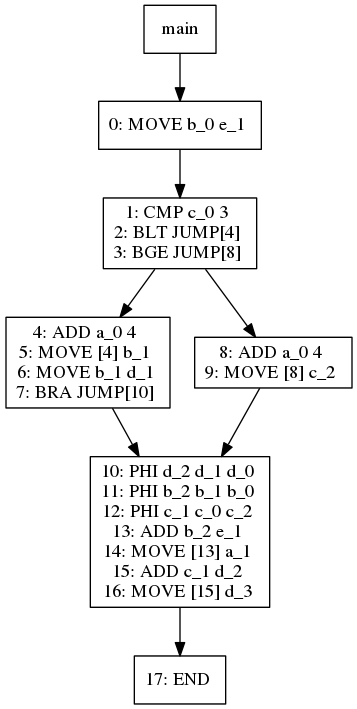
The Graphviz diagram viz/test028.dot.png in jiahanwang/PL241-Compiler, before a commit. Its source is kept beside it as viz/test028.dot.
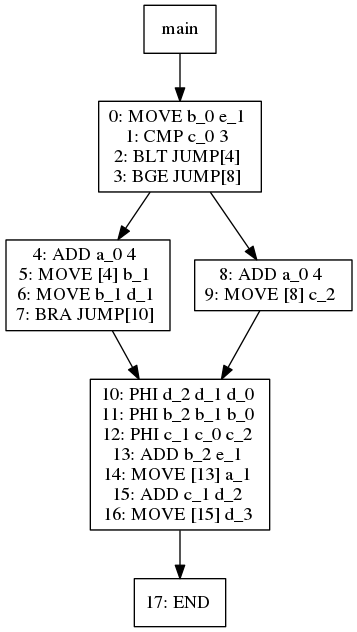
Above is the later version.

What changed in the source:
```diff
@@ -3,13 +3,11 @@
 1[label="main"]
 1 -> 3
 3[label="0: MOVE b_0 e_1
-"]
-3 -> 4
-4[label="1: CMP c_0 3
+1: CMP c_0 3
 2: BLT JUMP[4]
 3: BGE JUMP[8]
 "]
-4 -> 6
+3 -> 6
 6[label="4: ADD a_0 4
 5: MOVE [4] b_1
 6: MOVE b_1 d_1
@@ -27,7 +25,7 @@
 5 -> 11
 11[label="17: END
 "]
-4 -> 8
+3 -> 8
 8[label="8: ADD a_0 4
 9: MOVE [8] c_2
 "]
```
